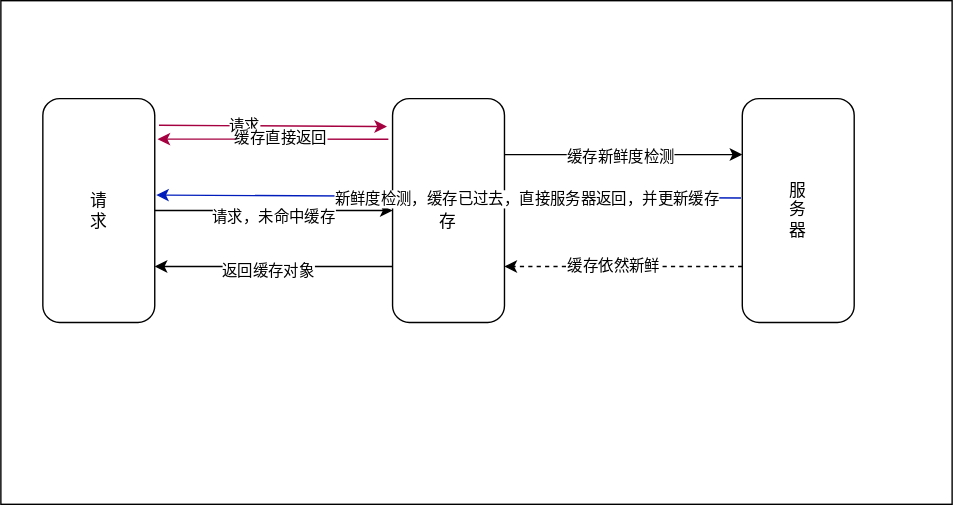
The draw.io diagram http/images/cache.drawio.svg in zhyuanzhu/blog, before a commit. Source tidied: cells renumbered, new cells last; positions are measured from the earlier drawing's top-left corner, leaving out a move shared by most shapes.
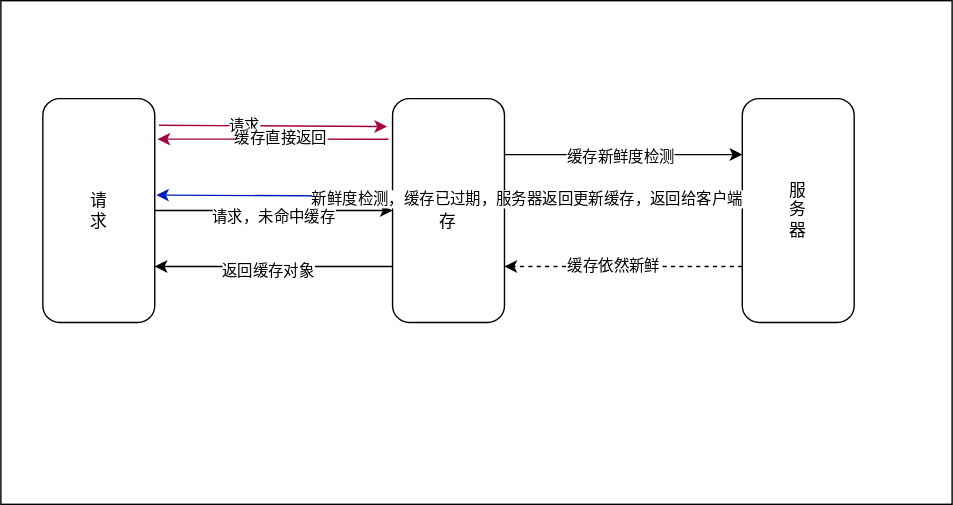
The same file after the commit.

What changed in the source:
```diff
@@ -57,7 +57,7 @@
     <mxCell id="18" style="endArrow=classic;html=1;exitX=-0.012;exitY=0.444;exitDx=0;exitDy=0;exitPerimeter=0;entryX=1.013;entryY=0.431;entryDx=0;entryDy=0;entryPerimeter=0;fillColor=#0050ef;strokeColor=#001DBC;" parent="1" edge="1" source="13" target="5">
       <mxGeometry relative="1" as="geometry" />
     </mxCell>
-    <mxCell id="19" value="新鲜度检测，缓存已过去，直接服务器返回，并更新缓存" style="edgeLabel;html=1;align=center;verticalAlign=middle;" parent="18" vertex="1">
+    <mxCell id="19" value="新鲜度检测，缓存已过期，服务器返回更新缓存，返回给客户端" style="edgeLabel;html=1;align=center;verticalAlign=middle;" parent="18" vertex="1">
       <mxGeometry x="-0.26" y="1" relative="1" as="geometry" />
     </mxCell>
   </root>
```
